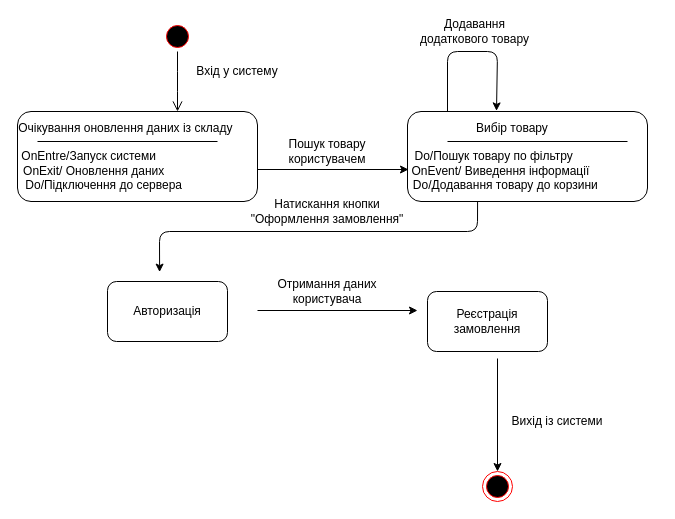
The draw.io diagram Untitled Diagram.drawio in Yulia1204/git, before the edit. Source tidied: cells renumbered, new cells numbered last; positions are measured from the earlier drawing's top-left corner, leaving out a move shared by most shapes. Both pictures are drawn from the tidied source at 100%, with x=0, y=0 at pixel (17, 21).
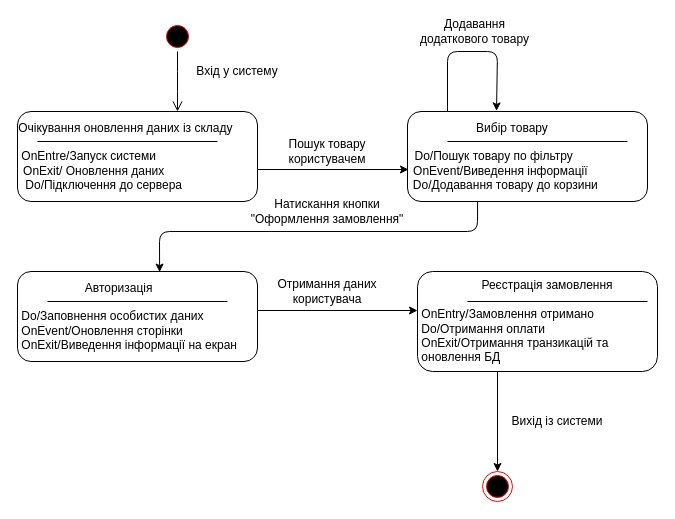
Above is the later version.

Change to the diagram source:
```diff
@@
-    <mxCell id="12" value="Авторизація" style="rounded=1;whiteSpace=wrap;html=1;sketch=0;fontSize=12;align=center;" parent="1" vertex="1">
-      <mxGeometry x="90" y="260" width="120" height="60" as="geometry" />
-    </mxCell>
-    <mxCell id="13" value="Реєстрація замовлення" style="rounded=1;whiteSpace=wrap;html=1;sketch=0;fontSize=12;align=center;" parent="1" vertex="1">
-      <mxGeometry x="410" y="270" width="120" height="60" as="geometry" />
-    </mxCell>
@@
-    <mxCell id="21" value="&lt;div&gt;&lt;span&gt;&amp;nbsp; &amp;nbsp; &amp;nbsp; &amp;nbsp; &amp;nbsp; &amp;nbsp; &amp;nbsp; &amp;nbsp; &amp;nbsp; &amp;nbsp; &amp;nbsp; &amp;nbsp; &amp;nbsp; &amp;nbsp; &amp;nbsp; &amp;nbsp; &amp;nbsp; &amp;nbsp; &amp;nbsp; &amp;nbsp; &amp;nbsp; &amp;nbsp; &amp;nbsp; &amp;nbsp; &amp;nbsp; &amp;nbsp; &amp;nbsp; &amp;nbsp; &amp;nbsp; &amp;nbsp; &amp;nbsp; &amp;nbsp; &amp;nbsp; &amp;nbsp; &amp;nbsp; &amp;nbsp; &amp;nbsp; &amp;nbsp; &amp;nbsp; &amp;nbsp; &amp;nbsp; &amp;nbsp; &amp;nbsp; &amp;nbsp; &amp;nbsp; &amp;nbsp; Вибір товару&amp;nbsp; &amp;nbsp; &amp;nbsp; &amp;nbsp; &amp;nbsp; &amp;nbsp; &amp;nbsp; &amp;nbsp; &amp;nbsp; &amp;nbsp; &amp;nbsp; &amp;nbsp; &amp;nbsp; &amp;nbsp; &amp;nbsp; &amp;nbsp; &amp;nbsp; &amp;nbsp; &amp;nbsp; &amp;nbsp; &amp;nbsp; &amp;nbsp; &amp;nbsp; &amp;nbsp; &amp;nbsp; &amp;nbsp; &amp;nbsp; &amp;nbsp; &amp;nbsp; &amp;nbsp; &amp;nbsp; &amp;nbsp; &amp;nbsp; &amp;nbsp; &amp;nbsp; &amp;nbsp; &amp;nbsp; &amp;nbsp; &amp;nbsp; &amp;nbsp; &amp;nbsp; &amp;nbsp; &amp;nbsp; &amp;nbsp; &amp;nbsp; &amp;nbsp; &amp;nbsp; &amp;nbsp; &amp;nbsp; &amp;nbsp; &amp;nbsp; &amp;nbsp;Do/Пошук товару по фільтру&amp;nbsp; &amp;nbsp; &amp;nbsp; &amp;nbsp; &amp;nbsp; &amp;nbsp; &amp;nbsp; &amp;nbsp; &amp;nbsp; &amp;nbsp; &amp;nbsp; &amp;nbsp;OnEvent/ Виведення інформації&amp;nbsp; &amp;nbsp; &amp;nbsp; &amp;nbsp; &amp;nbsp; &amp;nbsp; &amp;nbsp; &amp;nbsp; &amp;nbsp; Do/Додавання товару до корзини&amp;nbsp; &amp;nbsp; &amp;nbsp; &amp;nbsp; &amp;nbsp; &amp;nbsp; &amp;nbsp; &amp;nbsp;&amp;nbsp;&lt;/span&gt;&lt;/div&gt;" style="rounded=1;whiteSpace=wrap;html=1;sketch=0;fontSize=12;align=center;" parent="1" vertex="1">
+    <mxCell id="21" value="&lt;div&gt;&lt;span&gt;&amp;nbsp; &amp;nbsp; &amp;nbsp; &amp;nbsp; &amp;nbsp; &amp;nbsp; &amp;nbsp; &amp;nbsp; &amp;nbsp; &amp;nbsp; &amp;nbsp; &amp;nbsp; &amp;nbsp; &amp;nbsp; &amp;nbsp; &amp;nbsp; &amp;nbsp; &amp;nbsp; &amp;nbsp; &amp;nbsp; &amp;nbsp; &amp;nbsp; &amp;nbsp; &amp;nbsp; &amp;nbsp; &amp;nbsp; &amp;nbsp; &amp;nbsp; &amp;nbsp; &amp;nbsp; &amp;nbsp; &amp;nbsp; &amp;nbsp; &amp;nbsp; &amp;nbsp; &amp;nbsp; &amp;nbsp; &amp;nbsp; &amp;nbsp; &amp;nbsp; &amp;nbsp; &amp;nbsp; &amp;nbsp; &amp;nbsp; &amp;nbsp; &amp;nbsp; Вибір товару&amp;nbsp; &amp;nbsp; &amp;nbsp; &amp;nbsp; &amp;nbsp; &amp;nbsp; &amp;nbsp; &amp;nbsp; &amp;nbsp; &amp;nbsp; &amp;nbsp; &amp;nbsp; &amp;nbsp; &amp;nbsp; &amp;nbsp; &amp;nbsp; &amp;nbsp; &amp;nbsp; &amp;nbsp; &amp;nbsp; &amp;nbsp; &amp;nbsp; &amp;nbsp; &amp;nbsp; &amp;nbsp; &amp;nbsp; &amp;nbsp; &amp;nbsp; &amp;nbsp; &amp;nbsp; &amp;nbsp; &amp;nbsp; &amp;nbsp; &amp;nbsp; &amp;nbsp; &amp;nbsp; &amp;nbsp; &amp;nbsp; &amp;nbsp; &amp;nbsp; &amp;nbsp; &amp;nbsp; &amp;nbsp; &amp;nbsp; &amp;nbsp; &amp;nbsp; &amp;nbsp; &amp;nbsp; &amp;nbsp; &amp;nbsp; &amp;nbsp; &amp;nbsp;Do/Пошук товару по фільтру&amp;nbsp; &amp;nbsp; &amp;nbsp; &amp;nbsp; &amp;nbsp; &amp;nbsp; &amp;nbsp; &amp;nbsp; &amp;nbsp; &amp;nbsp; &amp;nbsp; &amp;nbsp;OnEvent/Виведення інформації&amp;nbsp; &amp;nbsp; &amp;nbsp; &amp;nbsp; &amp;nbsp; &amp;nbsp; &amp;nbsp; &amp;nbsp; &amp;nbsp; Do/Додавання товару до корзини&amp;nbsp; &amp;nbsp; &amp;nbsp; &amp;nbsp; &amp;nbsp; &amp;nbsp; &amp;nbsp; &amp;nbsp;&amp;nbsp;&lt;/span&gt;&lt;/div&gt;" style="rounded=1;whiteSpace=wrap;html=1;sketch=0;fontSize=12;align=center;" parent="1" vertex="1">
       <mxGeometry x="390" y="90" width="240" height="90" as="geometry" />
     </mxCell>
@@
+    <mxCell id="23" value="&lt;div&gt;&lt;span&gt;&amp;nbsp; &amp;nbsp; &amp;nbsp; &amp;nbsp; &amp;nbsp; &amp;nbsp; &amp;nbsp; &amp;nbsp; &amp;nbsp; &amp;nbsp; &amp;nbsp; &amp;nbsp; &amp;nbsp; &amp;nbsp; &amp;nbsp; &amp;nbsp; &amp;nbsp; &amp;nbsp; &amp;nbsp; &amp;nbsp; &amp;nbsp; &amp;nbsp; &amp;nbsp; &amp;nbsp; &amp;nbsp; &amp;nbsp; &amp;nbsp; &amp;nbsp; &amp;nbsp; &amp;nbsp; &amp;nbsp; &amp;nbsp; &amp;nbsp; &amp;nbsp; &amp;nbsp; &amp;nbsp; &amp;nbsp; &amp;nbsp; &amp;nbsp; &amp;nbsp; &amp;nbsp; &amp;nbsp; &amp;nbsp; &amp;nbsp; &amp;nbsp; &amp;nbsp; Авторизація&amp;nbsp; &amp;nbsp; &amp;nbsp; &amp;nbsp; &amp;nbsp; &amp;nbsp; &amp;nbsp; &amp;nbsp; &amp;nbsp; &amp;nbsp; &amp;nbsp; &amp;nbsp; &amp;nbsp; &amp;nbsp; &amp;nbsp; &amp;nbsp; &amp;nbsp; &amp;nbsp; &amp;nbsp; &amp;nbsp; &amp;nbsp; &amp;nbsp; &amp;nbsp; &amp;nbsp; &amp;nbsp; &amp;nbsp; &amp;nbsp; &amp;nbsp; &amp;nbsp; &amp;nbsp; &amp;nbsp; &amp;nbsp; &amp;nbsp; &amp;nbsp; &amp;nbsp; &amp;nbsp; &amp;nbsp; &amp;nbsp; &amp;nbsp; &amp;nbsp; &amp;nbsp; &amp;nbsp; &amp;nbsp; &amp;nbsp; &amp;nbsp; &amp;nbsp; &amp;nbsp; &amp;nbsp;&lt;/span&gt;&lt;/div&gt;&lt;div style=&quot;text-align: left&quot;&gt;&lt;span&gt;&amp;nbsp;Do/Заповнення особистих даних&amp;nbsp; &amp;nbsp;OnEvent/Оновлення сторінки&amp;nbsp; &amp;nbsp; &amp;nbsp; &amp;nbsp; &amp;nbsp; &amp;nbsp; &amp;nbsp; &amp;nbsp; &amp;nbsp;OnExit/Виведення інформації на екран&amp;nbsp; &amp;nbsp; &amp;nbsp; &amp;nbsp; &amp;nbsp; &amp;nbsp; &amp;nbsp; &amp;nbsp;&amp;nbsp;&lt;/span&gt;&lt;br&gt;&lt;/div&gt;" style="rounded=1;whiteSpace=wrap;html=1;sketch=0;fontSize=12;align=center;" parent="1" vertex="1">
+      <mxGeometry y="250" width="240" height="90" as="geometry" />
+    </mxCell>
+    <mxCell id="24" style="endArrow=none;html=1;" parent="1" edge="1">
+      <mxGeometry relative="1" as="geometry">
+        <mxPoint x="30" y="280" as="sourcePoint" />
+        <mxPoint x="210" y="280" as="targetPoint" />
+      </mxGeometry>
+    </mxCell>
+    <mxCell id="25" value="&lt;div&gt;&lt;span&gt;&amp;nbsp; &amp;nbsp; &amp;nbsp; &amp;nbsp; &amp;nbsp; &amp;nbsp; &amp;nbsp; &amp;nbsp; &amp;nbsp; &amp;nbsp; &amp;nbsp; &amp;nbsp; &amp;nbsp; &amp;nbsp; &amp;nbsp; &amp;nbsp; &amp;nbsp; &amp;nbsp; &amp;nbsp; &amp;nbsp; &amp;nbsp; &amp;nbsp; &amp;nbsp; &amp;nbsp; &amp;nbsp; &amp;nbsp; &amp;nbsp; &amp;nbsp; &amp;nbsp; &amp;nbsp; &amp;nbsp; &amp;nbsp; &amp;nbsp; &amp;nbsp; &amp;nbsp; &amp;nbsp;&amp;nbsp;&lt;/span&gt;&lt;/div&gt;&lt;div&gt;&lt;span&gt;&lt;br&gt;&lt;/span&gt;&lt;/div&gt;&lt;div&gt;&lt;span&gt;&lt;br&gt;&lt;/span&gt;&lt;/div&gt;&lt;div&gt;&lt;span&gt;&amp;nbsp; &amp;nbsp; &amp;nbsp; &amp;nbsp; &amp;nbsp; &amp;nbsp; &amp;nbsp; &amp;nbsp; &amp;nbsp;&amp;nbsp;&lt;/span&gt;&lt;span&gt;&amp;nbsp;Реєстрація замовлення&amp;nbsp; &amp;nbsp; &amp;nbsp; &amp;nbsp; &amp;nbsp; &amp;nbsp; &amp;nbsp; &amp;nbsp; &amp;nbsp; &amp;nbsp; &amp;nbsp; &amp;nbsp; &amp;nbsp; &amp;nbsp; &amp;nbsp; &amp;nbsp; &amp;nbsp; &amp;nbsp; &amp;nbsp; &amp;nbsp; &amp;nbsp; &amp;nbsp; &amp;nbsp; &amp;nbsp; &amp;nbsp; &amp;nbsp; &amp;nbsp; &amp;nbsp; &amp;nbsp; &amp;nbsp; &amp;nbsp; &amp;nbsp; &amp;nbsp; &amp;nbsp; &amp;nbsp; &amp;nbsp; &amp;nbsp; &amp;nbsp; &amp;nbsp; &amp;nbsp; &amp;nbsp;&lt;/span&gt;&lt;/div&gt;&lt;div style=&quot;text-align: left&quot;&gt;&lt;span&gt;&amp;nbsp;OnEntry/Замовлення отримано&amp;nbsp; &amp;nbsp; &amp;nbsp; &amp;nbsp; &amp;nbsp; &amp;nbsp; &amp;nbsp; &amp;nbsp;Do/Отримання оплати&amp;nbsp; &amp;nbsp; &amp;nbsp; &amp;nbsp; &amp;nbsp; &amp;nbsp; &amp;nbsp; &amp;nbsp; &amp;nbsp; &amp;nbsp; &amp;nbsp; &amp;nbsp;OnExit/Отримання транзикацій та&amp;nbsp; &amp;nbsp; &amp;nbsp;оновлення БД&amp;nbsp; &amp;nbsp;&lt;/span&gt;&lt;/div&gt;&lt;div style=&quot;text-align: left&quot;&gt;&lt;span&gt;&amp;nbsp;&amp;nbsp; &amp;nbsp; &amp;nbsp; &amp;nbsp; &amp;nbsp; &amp;nbsp; &amp;nbsp; &amp;nbsp; &amp;nbsp; &amp;nbsp; &amp;nbsp; &amp;nbsp; &amp;nbsp; &amp;nbsp; &amp;nbsp; &amp;nbsp; &amp;nbsp; &amp;nbsp; &amp;nbsp; &amp;nbsp; &amp;nbsp; &amp;nbsp; &amp;nbsp; &amp;nbsp; &amp;nbsp; &amp;nbsp; &amp;nbsp; &amp;nbsp; &amp;nbsp; &amp;nbsp; &amp;nbsp; &amp;nbsp; &amp;nbsp; &amp;nbsp; &amp;nbsp; &amp;nbsp; &amp;nbsp; &amp;nbsp; &amp;nbsp; &amp;nbsp; &amp;nbsp; &amp;nbsp; &amp;nbsp; &amp;nbsp; &amp;nbsp; &amp;nbsp; &amp;nbsp; &amp;nbsp; &amp;nbsp; &amp;nbsp; &amp;nbsp; &amp;nbsp; &amp;nbsp; &amp;nbsp; &amp;nbsp; &amp;nbsp; &amp;nbsp; &amp;nbsp; &amp;nbsp; &amp;nbsp; &amp;nbsp; &amp;nbsp; &amp;nbsp; &amp;nbsp; &amp;nbsp; &amp;nbsp; &amp;nbsp; &amp;nbsp; &amp;nbsp; &amp;nbsp; &amp;nbsp; &amp;nbsp; &amp;nbsp; &amp;nbsp; &amp;nbsp; &amp;nbsp; &amp;nbsp; &amp;nbsp; &amp;nbsp; &amp;nbsp; &amp;nbsp; &amp;nbsp; &amp;nbsp;&amp;nbsp;&lt;/span&gt;&lt;/div&gt;&lt;div style=&quot;text-align: left&quot;&gt;&lt;span&gt;&amp;nbsp; &amp;nbsp; &amp;nbsp; &amp;nbsp; &amp;nbsp; &amp;nbsp; &amp;nbsp; &amp;nbsp;&amp;nbsp;&lt;/span&gt;&lt;br&gt;&lt;/div&gt;" style="rounded=1;whiteSpace=wrap;html=1;sketch=0;fontSize=12;align=center;" parent="1" vertex="1">
+      <mxGeometry x="400" y="250" width="240" height="100" as="geometry" />
+    </mxCell>
+    <mxCell id="26" style="endArrow=none;html=1;" parent="1" edge="1">
+      <mxGeometry relative="1" as="geometry">
+        <mxPoint x="450" y="280" as="sourcePoint" />
+        <mxPoint x="630" y="280" as="targetPoint" />
+      </mxGeometry>
+    </mxCell>
```
